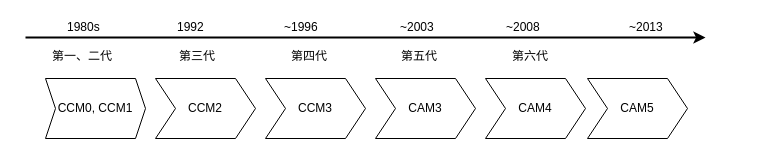
The draw.io diagram The history of CESM.drawio in qinyia/drawio.output, before the edit. Source tidied: cells renumbered, new cells numbered last; positions are measured from the earlier drawing's top-left corner, leaving out a move shared by most shapes. Both pictures are drawn from the tidied source at 100%, with x=0, y=0 at pixel (25, 17).
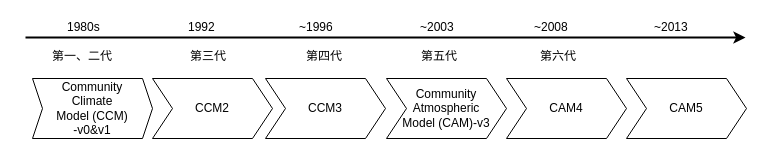
After the change.

What changed in the source:
```diff
@@
-    <mxCell id="2" value="CCM0, CCM1" style="shape=step;perimeter=stepPerimeter;whiteSpace=wrap;html=1;fixedSize=1;size=10;" parent="1" vertex="1">
-      <mxGeometry x="20" y="61" width="100" height="60" as="geometry" />
+    <mxCell id="2" value="Community &lt;br&gt;Climate &lt;br&gt;Model (CCM)&lt;br&gt;-v0&amp;amp;v1" style="shape=step;perimeter=stepPerimeter;whiteSpace=wrap;html=1;fixedSize=1;size=10;" parent="1" vertex="1">
+      <mxGeometry x="7" y="61" width="120" height="60" as="geometry" />
     </mxCell>
     <mxCell id="3" value="CCM2" style="shape=step;perimeter=stepPerimeter;whiteSpace=wrap;html=1;fixedSize=1;" parent="1" vertex="1">
-      <mxGeometry x="130" y="61" width="100" height="60" as="geometry" />
+      <mxGeometry x="127" y="61" width="120" height="60" as="geometry" />
     </mxCell>
     <mxCell id="4" value="CCM3" style="shape=step;perimeter=stepPerimeter;whiteSpace=wrap;html=1;fixedSize=1;" parent="1" vertex="1">
-      <mxGeometry x="240" y="61" width="100" height="60" as="geometry" />
+      <mxGeometry x="240" y="61" width="120" height="60" as="geometry" />
     </mxCell>
-    <mxCell id="5" value="CAM3" style="shape=step;perimeter=stepPerimeter;whiteSpace=wrap;html=1;fixedSize=1;" parent="1" vertex="1">
-      <mxGeometry x="350" y="61" width="100" height="60" as="geometry" />
+    <mxCell id="5" value="Community &lt;br&gt;Atmospheric &lt;br&gt;Model (CAM)-v3" style="shape=step;perimeter=stepPerimeter;whiteSpace=wrap;html=1;fixedSize=1;" parent="1" vertex="1">
+      <mxGeometry x="361" y="61" width="120" height="60" as="geometry" />
     </mxCell>
     <mxCell id="6" value="CAM4" style="shape=step;perimeter=stepPerimeter;whiteSpace=wrap;html=1;fixedSize=1;" parent="1" vertex="1">
-      <mxGeometry x="460" y="61" width="100" height="60" as="geometry" />
+      <mxGeometry x="481" y="61" width="120" height="60" as="geometry" />
     </mxCell>
     <mxCell id="7" value="CAM5" style="shape=step;perimeter=stepPerimeter;whiteSpace=wrap;html=1;fixedSize=1;" parent="1" vertex="1">
-      <mxGeometry x="562" y="61" width="100" height="60" as="geometry" />
+      <mxGeometry x="601" y="61" width="120" height="60" as="geometry" />
     </mxCell>
@@
     <mxCell id="9" value="~1996" style="text;html=1;align=left;verticalAlign=top;spacingTop=-4;" parent="1" vertex="1">
-      <mxGeometry x="257" width="50" height="20" as="geometry" />
+      <mxGeometry x="272" width="50" height="20" as="geometry" />
     </mxCell>
     <mxCell id="10" value="~2008" style="text;html=1;align=left;verticalAlign=top;spacingTop=-4;" parent="1" vertex="1">
-      <mxGeometry x="479" width="50" height="20" as="geometry" />
+      <mxGeometry x="507" width="50" height="20" as="geometry" />
     </mxCell>
     <mxCell id="11" value="~2003" style="text;html=1;align=left;verticalAlign=top;spacingTop=-4;" parent="1" vertex="1">
-      <mxGeometry x="373" width="50" height="20" as="geometry" />
+      <mxGeometry x="393" width="50" height="20" as="geometry" />
     </mxCell>
     <mxCell id="12" value="1992" style="text;html=1;align=left;verticalAlign=top;spacingTop=-4;" parent="1" vertex="1">
-      <mxGeometry x="150" width="40" height="20" as="geometry" />
+      <mxGeometry x="161" width="40" height="20" as="geometry" />
     </mxCell>
     <mxCell id="13" value="第四代" style="text;html=1;align=left;verticalAlign=top;spacingTop=-4;" parent="1" vertex="1">
-      <mxGeometry x="263.5" y="29" width="50" height="20" as="geometry" />
+      <mxGeometry x="278.5" y="29" width="50" height="20" as="geometry" />
     </mxCell>
     <mxCell id="14" value="第五代" style="text;html=1;align=left;verticalAlign=top;spacingTop=-4;" parent="1" vertex="1">
-      <mxGeometry x="374" y="29" width="50" height="20" as="geometry" />
+      <mxGeometry x="394" y="29" width="50" height="20" as="geometry" />
     </mxCell>
     <mxCell id="15" value="第六代" style="text;html=1;align=left;verticalAlign=top;spacingTop=-4;" parent="1" vertex="1">
-      <mxGeometry x="484.5" y="29" width="50" height="20" as="geometry" />
+      <mxGeometry x="512.5" y="29" width="50" height="20" as="geometry" />
     </mxCell>
     <mxCell id="16" value="第三代" style="text;html=1;align=left;verticalAlign=top;spacingTop=-4;" parent="1" vertex="1">
-      <mxGeometry x="152" y="29" width="50" height="20" as="geometry" />
+      <mxGeometry x="163" y="29" width="50" height="20" as="geometry" />
     </mxCell>
@@
     <mxCell id="18" value="~2013" style="text;html=1;align=left;verticalAlign=top;spacingTop=-4;" parent="1" vertex="1">
-      <mxGeometry x="602" width="50" height="20" as="geometry" />
+      <mxGeometry x="627" width="50" height="20" as="geometry" />
     </mxCell>
     <mxCell id="19" style="endArrow=classic;html=1;strokeWidth=2;" parent="1" edge="1">
       <mxGeometry relative="1" as="geometry">
         <mxPoint y="20" as="sourcePoint" />
-        <mxPoint x="680" y="20" as="targetPoint" />
+        <mxPoint x="720" y="20" as="targetPoint" />
       </mxGeometry>
     </mxCell>
```
